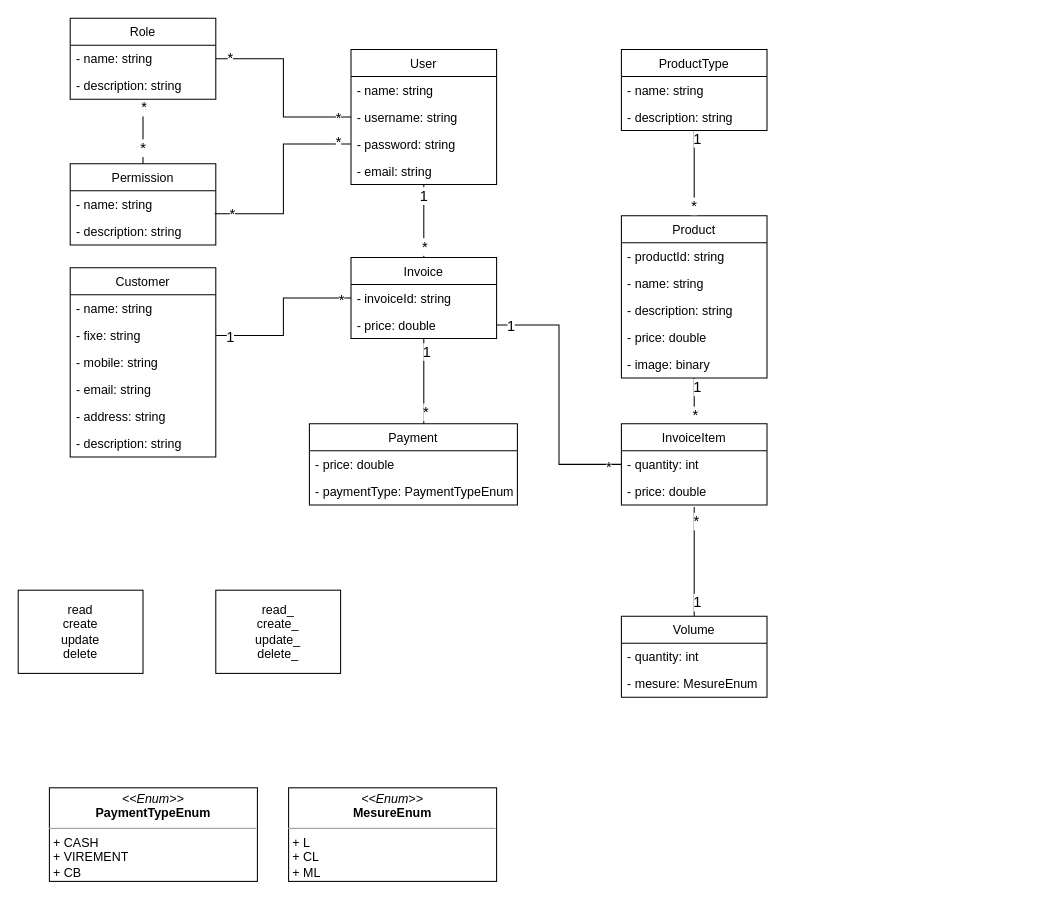
stephane-koman/rockyapp keeps this draw.io diagram as rocky-app-backend/rockydb.drawio. Above is the earlier version. Source tidied: cells renumbered, new cells numbered last; positions are measured from the earlier drawing's top-left corner, leaving out a move shared by most shapes. Both pictures are drawn from the tidied source at 104%, with x=0, y=0 at pixel (18, 18).
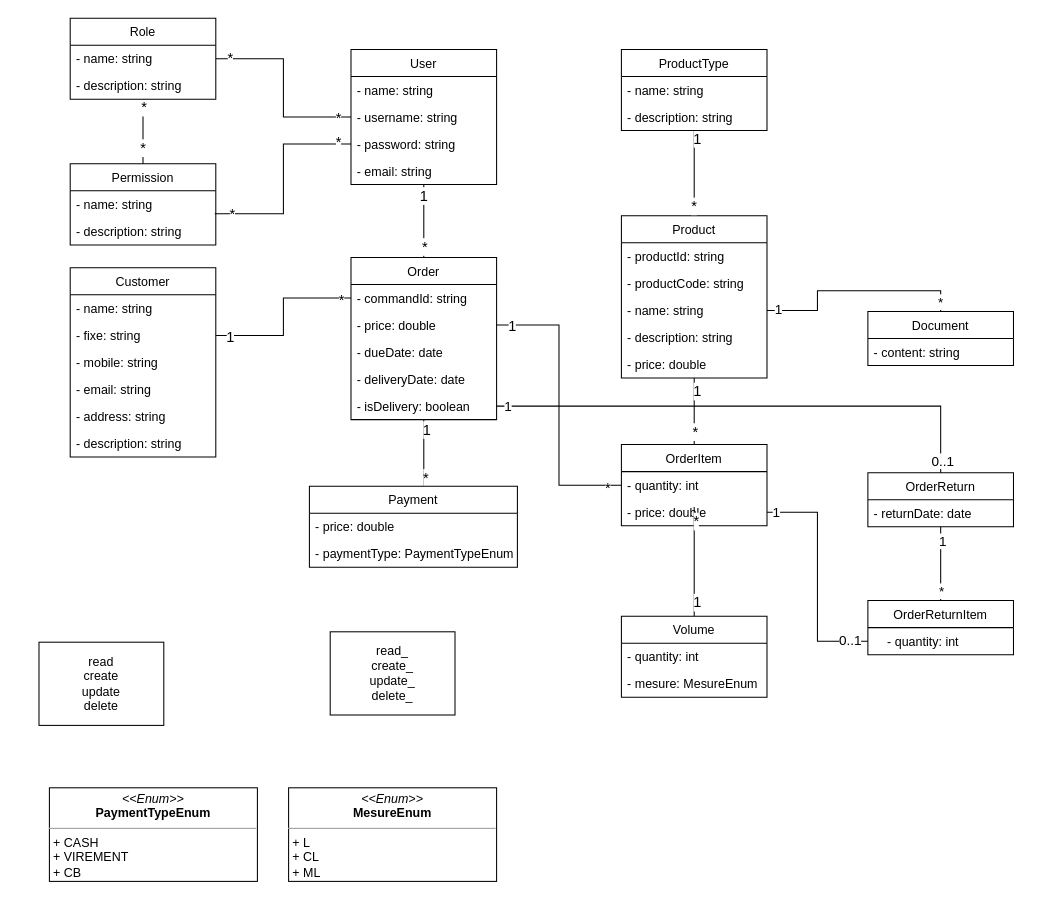
The same page after the edit.

Unchanged cells that the change refers to:
```xml
<mxCell id="22" value="Product" style="swimlane;fontStyle=0;horizontal=1;startSize=26;fillColor=none;" parent="1" vertex="1">
  <mxGeometry x="580" y="190" width="140" height="156" as="geometry" />
</mxCell>
<mxCell id="36" value="- price: double" style="text;strokeColor=none;fillColor=none;align=left;verticalAlign=top;spacingLeft=4;spacingRight=4;overflow=hidden;points=[[0,0.5],[1,0.5]];portConstraint=eastwest;" parent="34" vertex="1">
  <mxGeometry y="52" width="140" height="26" as="geometry" />
</mxCell>
```

What changed in the source:
```diff
@@
+    <mxCell id="75" value="- productCode: string" style="text;strokeColor=none;fillColor=none;align=left;verticalAlign=top;spacingLeft=4;spacingRight=4;overflow=hidden;" parent="22" vertex="1">
+      <mxGeometry y="52" width="140" height="26" as="geometry" />
+    </mxCell>
     <mxCell id="24" value="- name: string" style="text;strokeColor=none;fillColor=none;align=left;verticalAlign=top;spacingLeft=4;spacingRight=4;overflow=hidden;points=[[0,0.5],[1,0.5]];portConstraint=eastwest;" parent="22" vertex="1">
-      <mxGeometry y="52" width="140" height="26" as="geometry" />
+      <mxGeometry y="78" width="140" height="26" as="geometry" />
     </mxCell>
     <mxCell id="25" value="- description: string" style="text;strokeColor=none;fillColor=none;align=left;verticalAlign=top;spacingLeft=4;spacingRight=4;overflow=hidden;" parent="22" vertex="1">
-      <mxGeometry y="78" width="140" height="26" as="geometry" />
+      <mxGeometry y="104" width="140" height="26" as="geometry" />
     </mxCell>
     <mxCell id="26" value="- price: double" style="text;strokeColor=none;fillColor=none;align=left;verticalAlign=top;spacingLeft=4;spacingRight=4;overflow=hidden;" parent="22" vertex="1">
-      <mxGeometry y="104" width="140" height="26" as="geometry" />
+      <mxGeometry y="130" width="140" height="26" as="geometry" />
     </mxCell>
-    <mxCell id="27" value="- image: binary" style="text;strokeColor=none;fillColor=none;align=left;verticalAlign=top;spacingLeft=4;spacingRight=4;overflow=hidden;" parent="22" vertex="1">
-      <mxGeometry y="130" width="140" height="26" as="geometry" />
-    </mxCell>
@@
-    <mxCell id="34" value="InvoiceItem" style="swimlane;fontStyle=0;horizontal=1;startSize=26;fillColor=none;" parent="1" vertex="1">
-      <mxGeometry x="580" y="390" width="140" height="78" as="geometry" />
+    <mxCell id="34" value="OrderItem" style="swimlane;fontStyle=0;horizontal=1;startSize=26;fillColor=none;" parent="1" vertex="1">
+      <mxGeometry x="580" y="410" width="140" height="78" as="geometry" />
     </mxCell>
@@
-    <mxCell id="40" value="Invoice" style="swimlane;fontStyle=0;horizontal=1;startSize=26;fillColor=none;" parent="1" vertex="1">
-      <mxGeometry x="320" y="230" width="140" height="78" as="geometry" />
+    <mxCell id="40" value="Order" style="swimlane;fontStyle=0;horizontal=1;startSize=26;fillColor=none;" parent="1" vertex="1">
+      <mxGeometry x="320" y="230" width="140" height="156" as="geometry" />
     </mxCell>
-    <mxCell id="41" value="- invoiceId: string" style="text;strokeColor=none;fillColor=none;align=left;verticalAlign=top;spacingLeft=4;spacingRight=4;overflow=hidden;points=[[0,0.5],[1,0.5]];portConstraint=eastwest;" parent="40" vertex="1">
+    <mxCell id="41" value="- commandId: string" style="text;strokeColor=none;fillColor=none;align=left;verticalAlign=top;spacingLeft=4;spacingRight=4;overflow=hidden;points=[[0,0.5],[1,0.5]];portConstraint=eastwest;" parent="40" vertex="1">
       <mxGeometry y="26" width="140" height="26" as="geometry" />
     </mxCell>
@@
+    <mxCell id="76" value="- dueDate: date" style="text;strokeColor=none;fillColor=none;align=left;verticalAlign=top;spacingLeft=4;spacingRight=4;overflow=hidden;" parent="40" vertex="1">
+      <mxGeometry y="78" width="140" height="26" as="geometry" />
+    </mxCell>
+    <mxCell id="77" value="- deliveryDate: date" style="text;strokeColor=none;fillColor=none;align=left;verticalAlign=top;spacingLeft=4;spacingRight=4;overflow=hidden;" parent="40" vertex="1">
+      <mxGeometry y="104" width="140" height="26" as="geometry" />
+    </mxCell>
+    <mxCell id="78" value="- isDelivery: boolean" style="text;strokeColor=none;fillColor=none;align=left;verticalAlign=top;spacingLeft=4;spacingRight=4;overflow=hidden;points=[[0,0.5],[1,0.5]];portConstraint=eastwest;" parent="40" vertex="1">
+      <mxGeometry y="130" width="140" height="26" as="geometry" />
+    </mxCell>
     <mxCell id="43" value="Payment" style="swimlane;fontStyle=0;horizontal=1;startSize=26;fillColor=none;" parent="1" vertex="1">
-      <mxGeometry x="280" y="390" width="200" height="78" as="geometry" />
+      <mxGeometry x="280" y="450" width="200" height="78" as="geometry" />
     </mxCell>
@@
     <mxCell id="66" value="read&lt;br&gt;create&lt;br&gt;update&lt;br&gt;delete" style="rounded=0;whiteSpace=wrap;html=1;" parent="1" vertex="1">
-      <mxGeometry y="550" width="120" height="80" as="geometry" />
+      <mxGeometry x="20" y="600" width="120" height="80" as="geometry" />
     </mxCell>
     <mxCell id="67" value="read_&lt;br&gt;create_&lt;br&gt;update_&lt;br&gt;delete_" style="rounded=0;whiteSpace=wrap;html=1;" parent="1" vertex="1">
-      <mxGeometry x="190" y="550" width="120" height="80" as="geometry" />
+      <mxGeometry x="300" y="590" width="120" height="80" as="geometry" />
     </mxCell>
@@
+    <mxCell id="79" value="Document" style="swimlane;fontStyle=0;horizontal=1;startSize=26;fillColor=none;" parent="1" vertex="1">
+      <mxGeometry x="817" y="282" width="140" height="52" as="geometry" />
+    </mxCell>
+    <mxCell id="80" value="- content: string" style="text;strokeColor=none;fillColor=none;align=left;verticalAlign=top;spacingLeft=4;spacingRight=4;overflow=hidden;" parent="79" vertex="1">
+      <mxGeometry y="26" width="140" height="26" as="geometry" />
+    </mxCell>
+    <mxCell id="81" style="edgeStyle=orthogonalEdgeStyle;rounded=0;jettySize=auto;html=1;entryX=0.5;entryY=0;entryDx=0;entryDy=0;endArrow=none;endFill=0;" parent="1" edge="1" source="24" target="79">
+      <mxGeometry relative="1" as="geometry" />
+    </mxCell>
+    <mxCell id="82" value="&lt;font style=&quot;font-size: 13px&quot;&gt;1&lt;/font&gt;" style="edgeLabel;html=1;align=center;verticalAlign=middle;" parent="81" vertex="1">
+      <mxGeometry x="-0.9" y="2" relative="1" as="geometry" />
+    </mxCell>
+    <mxCell id="83" value="&lt;font style=&quot;font-size: 13px&quot;&gt;*&lt;/font&gt;" style="edgeLabel;html=1;align=center;verticalAlign=middle;" parent="81" vertex="1">
+      <mxGeometry x="0.9" y="-1" relative="1" as="geometry" />
+    </mxCell>
+    <mxCell id="84" style="edgeStyle=orthogonalEdgeStyle;rounded=0;jettySize=auto;html=1;entryX=1;entryY=0.5;entryDx=0;entryDy=0;fontSize=13;endArrow=none;endFill=0;" parent="1" edge="1" source="90" target="78">
+      <mxGeometry relative="1" as="geometry" />
+    </mxCell>
+    <mxCell id="85" value="1" style="edgeLabel;html=1;align=center;verticalAlign=middle;fontSize=13;" parent="84" vertex="1">
+      <mxGeometry x="0.96" y="-1" relative="1" as="geometry" />
+    </mxCell>
+    <mxCell id="86" value="0..1" style="edgeLabel;html=1;align=center;verticalAlign=middle;fontSize=13;" parent="84" vertex="1">
+      <mxGeometry x="-0.95" y="-1" relative="1" as="geometry" />
+    </mxCell>
+    <mxCell id="87" style="edgeStyle=orthogonalEdgeStyle;rounded=0;jettySize=auto;html=1;entryX=0.5;entryY=0;entryDx=0;entryDy=0;fontSize=13;endArrow=none;endFill=0;" parent="1" edge="1" source="90" target="92">
+      <mxGeometry relative="1" as="geometry" />
+    </mxCell>
+    <mxCell id="88" value="1" style="edgeLabel;html=1;align=center;verticalAlign=middle;fontSize=13;" parent="87" vertex="1">
+      <mxGeometry x="-0.63" y="1" relative="1" as="geometry" />
+    </mxCell>
+    <mxCell id="89" value="*" style="edgeLabel;html=1;align=center;verticalAlign=middle;fontSize=13;" parent="87" vertex="1">
+      <mxGeometry x="0.72" relative="1" as="geometry" />
+    </mxCell>
+    <mxCell id="90" value="OrderReturn" style="swimlane;fontStyle=0;horizontal=1;startSize=26;fillColor=none;" parent="1" vertex="1">
+      <mxGeometry x="817" y="437" width="140" height="52" as="geometry" />
+    </mxCell>
+    <mxCell id="91" value="- returnDate: date" style="text;strokeColor=none;fillColor=none;align=left;verticalAlign=top;spacingLeft=4;spacingRight=4;overflow=hidden;" parent="90" vertex="1">
+      <mxGeometry y="26" width="140" height="26" as="geometry" />
+    </mxCell>
+    <mxCell id="92" value="OrderReturnItem" style="swimlane;fontStyle=0;horizontal=1;startSize=26;fillColor=none;" parent="1" vertex="1">
+      <mxGeometry x="817" y="560" width="140" height="52" as="geometry" />
+    </mxCell>
+    <mxCell id="93" style="edgeStyle=orthogonalEdgeStyle;rounded=0;jettySize=auto;html=1;entryX=1;entryY=0.5;entryDx=0;entryDy=0;fontSize=13;endArrow=none;endFill=0;exitX=0;exitY=0.75;exitDx=0;exitDy=0;" parent="1" edge="1" source="92" target="36">
+      <mxGeometry relative="1" as="geometry" />
+    </mxCell>
+    <mxCell id="94" value="1" style="edgeLabel;html=1;align=center;verticalAlign=middle;fontSize=13;" parent="93" vertex="1">
+      <mxGeometry x="0.93" y="-1" relative="1" as="geometry" />
+    </mxCell>
+    <mxCell id="95" value="0..1" style="edgeLabel;html=1;align=center;verticalAlign=middle;fontSize=13;" parent="93" vertex="1">
+      <mxGeometry x="-0.95" y="-2" relative="1" as="geometry">
+        <mxPoint x="-12" as="offset" />
+      </mxGeometry>
+    </mxCell>
+    <mxCell id="96" style="edgeStyle=orthogonalEdgeStyle;rounded=0;orthogonalLoop=1;jettySize=auto;html=1;fontSize=13;endArrow=none;endFill=0;" parent="1" edge="1">
+      <mxGeometry relative="1" as="geometry">
+        <mxPoint x="810" y="599" as="sourcePoint" />
+        <mxPoint x="810" y="599" as="targetPoint" />
+      </mxGeometry>
+    </mxCell>
+    <mxCell id="97" value="- quantity: int" style="text;strokeColor=none;fillColor=none;align=left;verticalAlign=top;spacingLeft=4;spacingRight=4;overflow=hidden;" parent="1" vertex="1">
+      <mxGeometry x="830" y="586" width="140" height="26" as="geometry" />
+    </mxCell>
```
